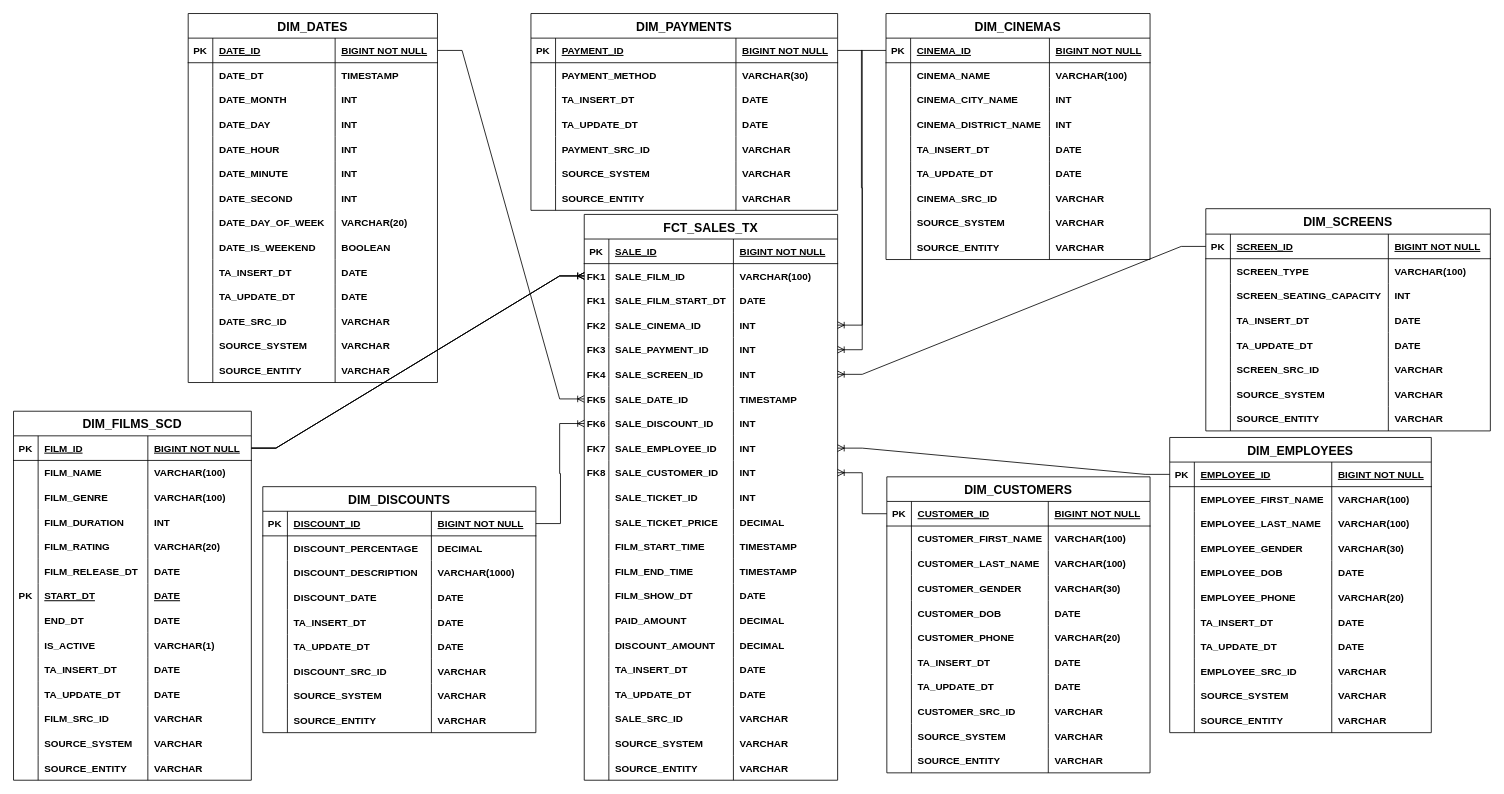
This is ticket_sales_star_schema.drawio from GiorgiEz/DB-modeling, a draw.io file, before an edit. Source tidied: cells renumbered, new cells numbered last; positions are measured from the earlier drawing's top-left corner, leaving out a move shared by most shapes. Both pictures are drawn from the tidied source at 82%, with x=0, y=0 at pixel (13, 13).
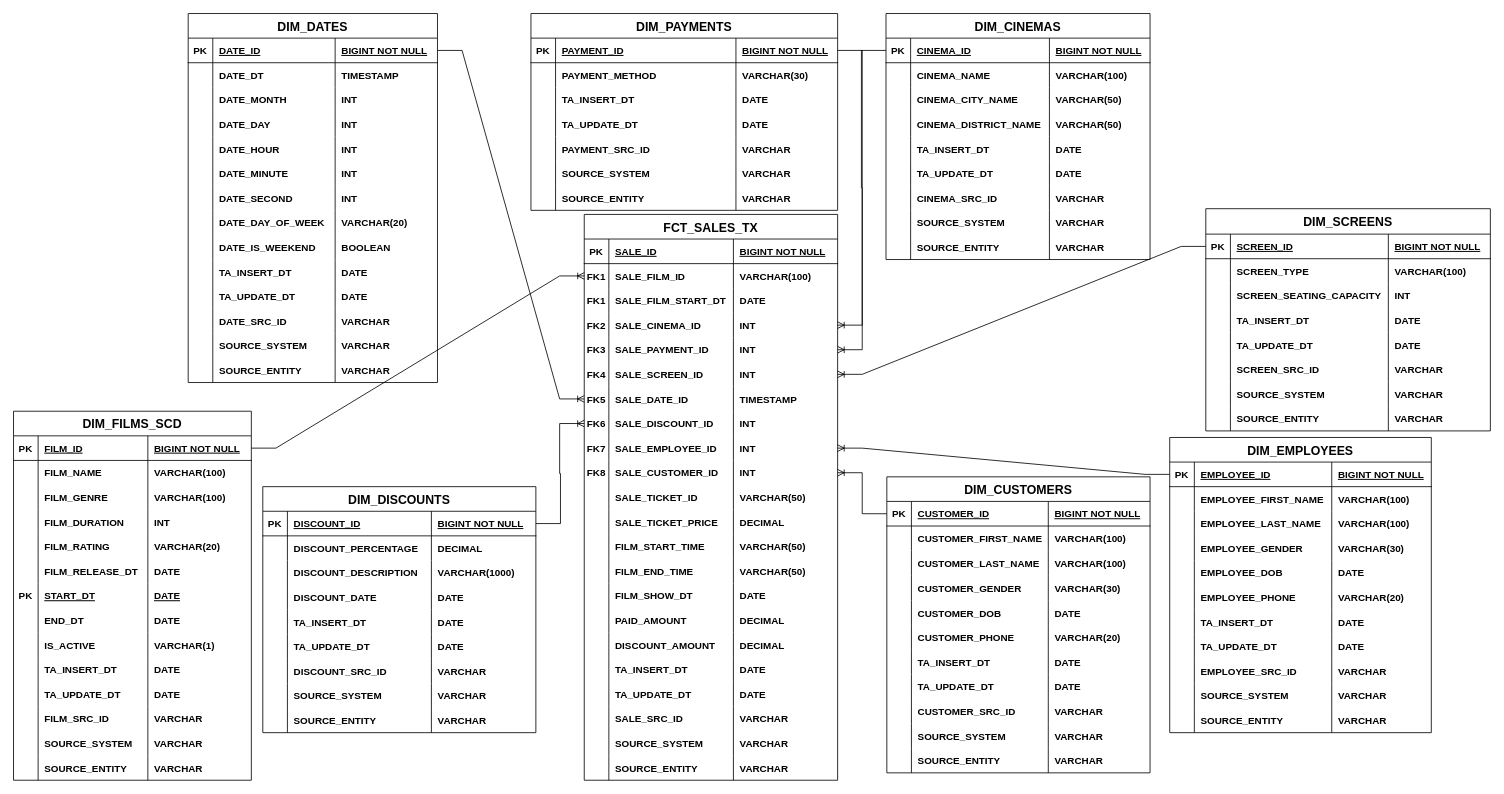
After the change.

Unchanged cells that the change refers to:
```xml
<mxCell id="3" style="shape=partialRectangle;fillColor=none;points=[[0,0.5],[1,0.5]];portConstraint=eastwest;top=0;left=0;right=0;bottom=1;" parent="2" vertex="1">
  <mxGeometry y="30" width="290" height="30" as="geometry" />
</mxCell>
<mxCell id="68" style="shape=partialRectangle;fillColor=none;top=0;left=0;right=0;bottom=0;" parent="59" vertex="1">
  <mxGeometry y="90" width="322" height="30" as="geometry" />
</mxCell>
<mxCell id="72" style="shape=partialRectangle;fillColor=none;top=0;left=0;right=0;bottom=0;" parent="59" vertex="1">
  <mxGeometry y="120" width="322" height="30" as="geometry" />
</mxCell>
<mxCell id="302" style="shape=partialRectangle;fillColor=none;points=[[0,0.5],[1,0.5]];portConstraint=eastwest;top=0;left=0;right=0;bottom=0;" parent="297" vertex="1">
  <mxGeometry y="60" width="309" height="30" as="geometry" />
</mxCell>
<mxCell id="338" style="shape=partialRectangle;fillColor=none;top=0;left=0;right=0;bottom=0;" parent="297" vertex="1">
  <mxGeometry y="330" width="309" height="30" as="geometry" />
</mxCell>
<mxCell id="346" style="shape=partialRectangle;fillColor=none;top=0;left=0;right=0;bottom=0;" parent="297" vertex="1">
  <mxGeometry y="390" width="309" height="30" as="geometry" />
</mxCell>
<mxCell id="350" style="shape=partialRectangle;fillColor=none;top=0;left=0;right=0;bottom=0;" parent="297" vertex="1">
  <mxGeometry y="420" width="309" height="30" as="geometry" />
</mxCell>
```

What changed in the source:
```diff
@@
-    <mxCell id="71" value="INT" style="shape=partialRectangle;overflow=hidden;fillColor=none;top=0;left=0;bottom=0;right=0;align=left;spacingLeft=6;fontStyle=1;" parent="68" vertex="1">
+    <mxCell id="71" value="VARCHAR(50)" style="shape=partialRectangle;overflow=hidden;fillColor=none;top=0;left=0;bottom=0;right=0;align=left;spacingLeft=6;fontStyle=1;" parent="68" vertex="1">
       <mxGeometry x="199.3" width="122.7" height="30" as="geometry" />
     </mxCell>
@@
-    <mxCell id="75" value="INT" style="shape=partialRectangle;overflow=hidden;fillColor=none;top=0;left=0;bottom=0;right=0;align=left;spacingLeft=6;fontStyle=1;" parent="72" vertex="1">
+    <mxCell id="75" value="VARCHAR(50)" style="shape=partialRectangle;overflow=hidden;fillColor=none;top=0;left=0;bottom=0;right=0;align=left;spacingLeft=6;fontStyle=1;" parent="72" vertex="1">
       <mxGeometry x="199.3" width="122.7" height="30" as="geometry" />
     </mxCell>
@@
-    <mxCell id="341" value="INT" style="shape=partialRectangle;overflow=hidden;fillColor=none;top=0;left=0;bottom=0;right=0;align=left;spacingLeft=6;fontStyle=1;" parent="338" vertex="1">
+    <mxCell id="341" value="VARCHAR(50)" style="shape=partialRectangle;overflow=hidden;fillColor=none;top=0;left=0;bottom=0;right=0;align=left;spacingLeft=6;fontStyle=1;" parent="338" vertex="1">
       <mxGeometry x="181.9" width="127.1" height="30" as="geometry" />
     </mxCell>
@@
-    <mxCell id="349" value="TIMESTAMP" style="shape=partialRectangle;overflow=hidden;fillColor=none;top=0;left=0;bottom=0;right=0;align=left;spacingLeft=6;fontStyle=1;" parent="346" vertex="1">
+    <mxCell id="349" value="VARCHAR(50)" style="shape=partialRectangle;overflow=hidden;fillColor=none;top=0;left=0;bottom=0;right=0;align=left;spacingLeft=6;fontStyle=1;" parent="346" vertex="1">
       <mxGeometry x="181.9" width="127.1" height="30" as="geometry" />
     </mxCell>
@@
-    <mxCell id="353" value="TIMESTAMP" style="shape=partialRectangle;overflow=hidden;fillColor=none;top=0;left=0;bottom=0;right=0;align=left;spacingLeft=6;fontStyle=1;" parent="350" vertex="1">
+    <mxCell id="353" value="VARCHAR(50)" style="shape=partialRectangle;overflow=hidden;fillColor=none;top=0;left=0;bottom=0;right=0;align=left;spacingLeft=6;fontStyle=1;" parent="350" vertex="1">
       <mxGeometry x="181.9" width="127.1" height="30" as="geometry" />
     </mxCell>
@@
-    <mxCell id="386" style="edgeStyle=entityRelationEdgeStyle;fontSize=12;html=1;endArrow=ERoneToMany;rounded=0;entryX=0;entryY=0.5;entryDx=0;entryDy=0;exitX=1;exitY=0.5;exitDx=0;exitDy=0;" parent="1" edge="1" source="3" target="302">
+    <mxCell id="386" style="edgeStyle=entityRelationEdgeStyle;fontSize=12;html=1;endArrow=ERoneToMany;rounded=0;exitX=1;exitY=0.5;exitDx=0;exitDy=0;" parent="1" edge="1" source="3" target="302">
       <mxGeometry relative="1" as="geometry">
         <Array as="points">
           <mxPoint x="484" y="465" />
         </Array>
       </mxGeometry>
     </mxCell>
-    <mxCell id="387" style="edgeStyle=entityRelationEdgeStyle;fontSize=12;html=1;endArrow=ERoneToMany;rounded=0;entryX=0;entryY=0.5;entryDx=0;entryDy=0;exitX=1;exitY=0.5;exitDx=0;exitDy=0;" parent="1" edge="1" source="3" target="302">
-      <mxGeometry relative="1" as="geometry">
-        <Array as="points">
-          <mxPoint x="484" y="465" />
-          <mxPoint x="462" y="470" />
-        </Array>
-      </mxGeometry>
-    </mxCell>
-    <mxCell id="388" style="edgeStyle=entityRelationEdgeStyle;fontSize=12;html=1;endArrow=ERoneToMany;rounded=0;entryX=0;entryY=0.5;entryDx=0;entryDy=0;exitX=1;exitY=0.5;exitDx=0;exitDy=0;" parent="1" edge="1" source="3" target="302">
-      <mxGeometry relative="1" as="geometry">
-        <Array as="points">
-          <mxPoint x="484" y="465" />
-          <mxPoint x="548" y="496" />
-          <mxPoint x="548" y="500" />
-          <mxPoint x="463" y="473" />
-          <mxPoint x="462" y="470" />
-        </Array>
-      </mxGeometry>
-    </mxCell>
```
